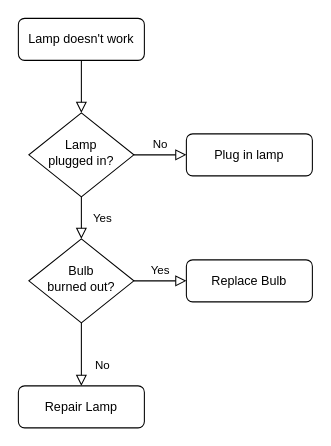
This is HangmanChart.drawio from KryptoKev/KryptoKev, a draw.io file, before an edit. Source tidied: cells renumbered, new cells numbered last; positions are measured from the earlier drawing's top-left corner, leaving out a move shared by most shapes. Both pictures are drawn from the tidied source at 105%, with x=0, y=0 at pixel (18, 18).
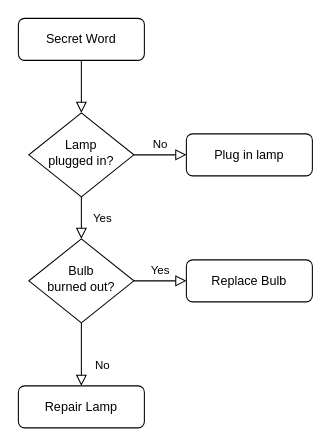
After the change.

What changed in the source:
```diff
@@
 <mxGraphModel>
   <root>
     <mxCell id="0" />
     <mxCell id="1" parent="0" />
     <mxCell id="2" style="rounded=0;html=1;jettySize=auto;fontSize=11;endArrow=block;endFill=0;endSize=8;strokeWidth=1;shadow=0;labelBackgroundColor=none;edgeStyle=orthogonalEdgeStyle;" parent="1" edge="1" source="3" target="6">
       <mxGeometry relative="1" as="geometry" />
     </mxCell>
-    <mxCell id="3" value="Lamp doesn't work" style="rounded=1;whiteSpace=wrap;html=1;fontSize=12;glass=0;strokeWidth=1;shadow=0;" parent="1" vertex="1">
+    <mxCell id="3" value="Secret Word" style="rounded=1;whiteSpace=wrap;html=1;fontSize=12;glass=0;strokeWidth=1;shadow=0;" parent="1" vertex="1">
       <mxGeometry width="120" height="40" as="geometry" />
     </mxCell>
     <mxCell id="4" value="Yes" style="rounded=0;html=1;jettySize=auto;fontSize=11;endArrow=block;endFill=0;endSize=8;strokeWidth=1;shadow=0;labelBackgroundColor=none;edgeStyle=orthogonalEdgeStyle;" parent="1" edge="1" source="6" target="10">
       <mxGeometry y="20" relative="1" as="geometry" />
     </mxCell>
     <mxCell id="5" value="No" style="edgeStyle=orthogonalEdgeStyle;rounded=0;html=1;jettySize=auto;fontSize=11;endArrow=block;endFill=0;endSize=8;strokeWidth=1;shadow=0;labelBackgroundColor=none;" parent="1" edge="1" source="6" target="7">
       <mxGeometry y="10" relative="1" as="geometry" />
     </mxCell>
     <mxCell id="6" value="Lamp&lt;br&gt;plugged in?" style="rhombus;whiteSpace=wrap;html=1;shadow=0;fontFamily=Helvetica;fontSize=12;align=center;strokeWidth=1;spacing=6;spacingTop=-4;" parent="1" vertex="1">
       <mxGeometry x="10" y="90" width="100" height="80" as="geometry" />
     </mxCell>
     <mxCell id="7" value="Plug in lamp" style="rounded=1;whiteSpace=wrap;html=1;fontSize=12;glass=0;strokeWidth=1;shadow=0;" parent="1" vertex="1">
       <mxGeometry x="160" y="110" width="120" height="40" as="geometry" />
     </mxCell>
     <mxCell id="8" value="No" style="rounded=0;html=1;jettySize=auto;fontSize=11;endArrow=block;endFill=0;endSize=8;strokeWidth=1;shadow=0;labelBackgroundColor=none;edgeStyle=orthogonalEdgeStyle;" parent="1" edge="1" source="10" target="11">
       <mxGeometry x="0.33" y="20" relative="1" as="geometry" />
     </mxCell>
     <mxCell id="9" value="Yes" style="edgeStyle=orthogonalEdgeStyle;rounded=0;html=1;jettySize=auto;fontSize=11;endArrow=block;endFill=0;endSize=8;strokeWidth=1;shadow=0;labelBackgroundColor=none;" parent="1" edge="1" source="10" target="12">
       <mxGeometry y="10" relative="1" as="geometry" />
     </mxCell>
     <mxCell id="10" value="Bulb&lt;br&gt;burned out?" style="rhombus;whiteSpace=wrap;html=1;shadow=0;fontFamily=Helvetica;fontSize=12;align=center;strokeWidth=1;spacing=6;spacingTop=-4;" parent="1" vertex="1">
       <mxGeometry x="10" y="210" width="100" height="80" as="geometry" />
     </mxCell>
     <mxCell id="11" value="Repair Lamp" style="rounded=1;whiteSpace=wrap;html=1;fontSize=12;glass=0;strokeWidth=1;shadow=0;" parent="1" vertex="1">
       <mxGeometry y="350" width="120" height="40" as="geometry" />
     </mxCell>
     <mxCell id="12" value="Replace Bulb" style="rounded=1;whiteSpace=wrap;html=1;fontSize=12;glass=0;strokeWidth=1;shadow=0;" parent="1" vertex="1">
       <mxGeometry x="160" y="230" width="120" height="40" as="geometry" />
     </mxCell>
   </root>
 </mxGraphModel>
```
